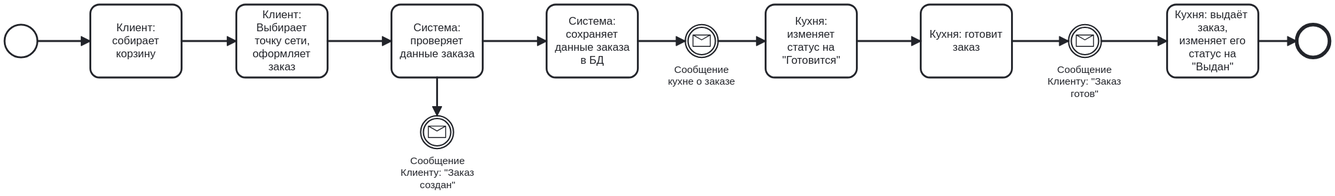
Above: SysEng4-BPMN.svg in AlexOne007/SysEng (BPMN), before the change. Its source is kept beside it as SysEng4-BPMN.bpmn. Ids are renumbered.
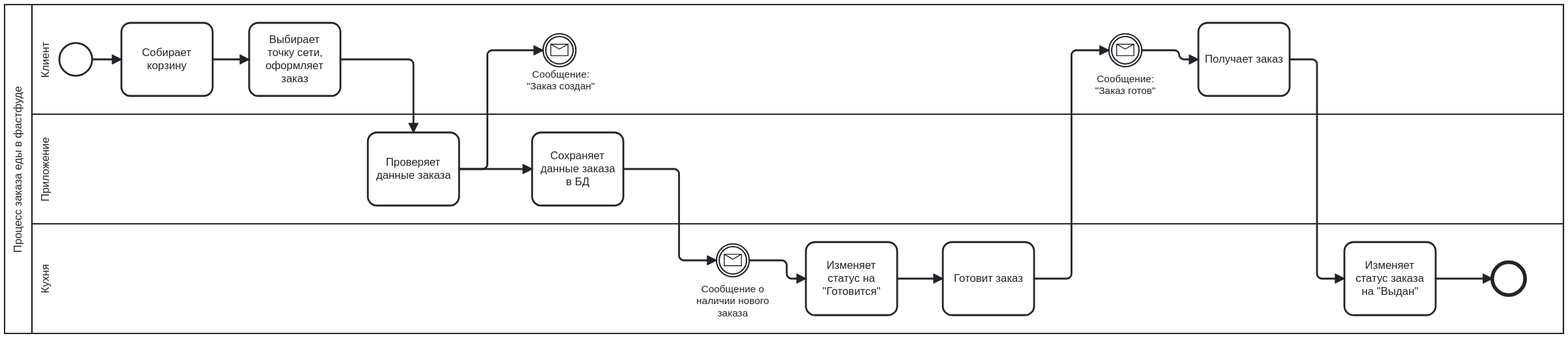
Later version of the same file.

Diff of the diagram source:
```diff
@@ -1,163 +1,229 @@
 <bpmn:definitions xmlns:xsi="http://www.w3.org/2001/XMLSchema-instance" xmlns:bpmn="http://www.omg.org/spec/BPMN/20100524/MODEL" xmlns:bpmndi="http://www.omg.org/spec/BPMN/20100524/DI" xmlns:dc="http://www.omg.org/spec/DD/20100524/DC" xmlns:di="http://www.omg.org/spec/DD/20100524/DI" id="Definitions_n1" targetNamespace="http://bpmn.io/schema/bpmn" exporter="bpmn-js (https://demo.bpmn.io)" exporterVersion="18.13.1">
+  <bpmn:collaboration id="Collaboration_n29">
+    <bpmn:participant id="Participant_n30" name="Процесс заказа еды в фастфуде" processRef="Process_n2" />
+  </bpmn:collaboration>
   <bpmn:process id="Process_n2" isExecutable="false">
+    <bpmn:laneSet id="LaneSet_n31">
+      <bpmn:lane id="Lane_n32" name="Кухня">
+        <bpmn:flowNodeRef>Activity_n21</bpmn:flowNodeRef>
+        <bpmn:flowNodeRef>Event_n18</bpmn:flowNodeRef>
+        <bpmn:flowNodeRef>Activity_n23</bpmn:flowNodeRef>
+        <bpmn:flowNodeRef>Activity_n33</bpmn:flowNodeRef>
+        <bpmn:flowNodeRef>Event_n16</bpmn:flowNodeRef>
+      </bpmn:lane>
+      <bpmn:lane id="Lane_n34" name="Приложение">
+        <bpmn:flowNodeRef>Activity_n12</bpmn:flowNodeRef>
+        <bpmn:flowNodeRef>Activity_n14</bpmn:flowNodeRef>
+      </bpmn:lane>
+      <bpmn:lane id="Lane_n35" name="Клиент">
+        <bpmn:flowNodeRef>StartEvent_n3</bpmn:flowNodeRef>
+        <bpmn:flowNodeRef>Activity_n5</bpmn:flowNodeRef>
+        <bpmn:flowNodeRef>Activity_n7</bpmn:flowNodeRef>
+        <bpmn:flowNodeRef>Activity_n25</bpmn:flowNodeRef>
+        <bpmn:flowNodeRef>Event_n9</bpmn:flowNodeRef>
+        <bpmn:flowNodeRef>Event_n27</bpmn:flowNodeRef>
+      </bpmn:lane>
+    </bpmn:laneSet>
     <bpmn:startEvent id="StartEvent_n3">
       <bpmn:outgoing>Flow_n4</bpmn:outgoing>
     </bpmn:startEvent>
-    <bpmn:task id="Activity_n5" name="Клиент: собирает корзину">
+    <bpmn:task id="Activity_n5" name="Собирает корзину">
       <bpmn:incoming>Flow_n4</bpmn:incoming>
       <bpmn:outgoing>Flow_n6</bpmn:outgoing>
     </bpmn:task>
-    <bpmn:sequenceFlow id="Flow_n4" sourceRef="StartEvent_n3" targetRef="Activity_n5" />
-    <bpmn:task id="Activity_n7" name="Клиент: Выбирает точку сети, оформляет заказ">
+    <bpmn:task id="Activity_n7" name="Выбирает точку сети, оформляет заказ">
       <bpmn:incoming>Flow_n6</bpmn:incoming>
       <bpmn:outgoing>Flow_n8</bpmn:outgoing>
     </bpmn:task>
-    <bpmn:sequenceFlow id="Flow_n6" sourceRef="Activity_n5" targetRef="Activity_n7" />
-    <bpmn:intermediateCatchEvent id="Event_n9" name="Сообщение Клиенту: &#34;Заказ создан&#34;">
-      <bpmn:incoming>Flow_n10</bpmn:incoming>
-      <bpmn:messageEventDefinition id="MessageEventDefinition_n11" />
-    </bpmn:intermediateCatchEvent>
-    <bpmn:task id="Activity_n12" name="Система: проверяет данные заказа">
+    <bpmn:task id="Activity_n12" name="Проверяет данные заказа">
       <bpmn:incoming>Flow_n8</bpmn:incoming>
+      <bpmn:outgoing>Flow_n13</bpmn:outgoing>
       <bpmn:outgoing>Flow_n10</bpmn:outgoing>
-      <bpmn:outgoing>Flow_n13</bpmn:outgoing>
     </bpmn:task>
-    <bpmn:sequenceFlow id="Flow_n8" sourceRef="Activity_n7" targetRef="Activity_n12" />
-    <bpmn:sequenceFlow id="Flow_n10" sourceRef="Activity_n12" targetRef="Event_n9" />
-    <bpmn:task id="Activity_n14" name="Система: сохраняет данные заказа в БД">
+    <bpmn:task id="Activity_n14" name="Сохраняет данные заказа в БД">
       <bpmn:incoming>Flow_n13</bpmn:incoming>
       <bpmn:outgoing>Flow_n15</bpmn:outgoing>
     </bpmn:task>
-    <bpmn:sequenceFlow id="Flow_n13" sourceRef="Activity_n12" targetRef="Activity_n14" />
-    <bpmn:endEvent id="Event_n16">
-      <bpmn:incoming>Flow_n17</bpmn:incoming>
-    </bpmn:endEvent>
-    <bpmn:intermediateCatchEvent id="Event_n18" name="Сообщение кухне о заказе">
+    <bpmn:task id="Activity_n21" name="Изменяет статус на &#34;Готовится&#34;">
+      <bpmn:incoming>Flow_n19</bpmn:incoming>
+      <bpmn:outgoing>Flow_n22</bpmn:outgoing>
+    </bpmn:task>
+    <bpmn:intermediateCatchEvent id="Event_n18" name="Сообщение о наличии нового заказа">
       <bpmn:incoming>Flow_n15</bpmn:incoming>
       <bpmn:outgoing>Flow_n19</bpmn:outgoing>
       <bpmn:messageEventDefinition id="MessageEventDefinition_n20" />
     </bpmn:intermediateCatchEvent>
-    <bpmn:sequenceFlow id="Flow_n15" sourceRef="Activity_n14" targetRef="Event_n18" />
-    <bpmn:task id="Activity_n21" name="Кухня: изменяет статус на &#34;Готовится&#34;">
-      <bpmn:incoming>Flow_n19</bpmn:incoming>
-      <bpmn:outgoing>Flow_n22</bpmn:outgoing>
-    </bpmn:task>
-    <bpmn:task id="Activity_n23" name="Кухня: готовит заказ">
+    <bpmn:task id="Activity_n23" name="Готовит заказ">
       <bpmn:incoming>Flow_n22</bpmn:incoming>
       <bpmn:outgoing>Flow_n24</bpmn:outgoing>
     </bpmn:task>
-    <bpmn:task id="Activity_n25" name="Кухня: выдаёт  заказ, изменяет его статус на &#34;Выдан&#34;">
-      <bpmn:incoming>Flow_n26</bpmn:incoming>
-      <bpmn:outgoing>Flow_n17</bpmn:outgoing>
+    <bpmn:task id="Activity_n25" name="Получает заказ">
+      <bpmn:incoming>Flow_n36</bpmn:incoming>
+      <bpmn:outgoing>Flow_n37</bpmn:outgoing>
     </bpmn:task>
-    <bpmn:sequenceFlow id="Flow_n17" sourceRef="Activity_n25" targetRef="Event_n16" />
-    <bpmn:intermediateCatchEvent id="Event_n27" name="Сообщение Клиенту: &#34;Заказ готов&#34;">
-      <bpmn:incoming>Flow_n24</bpmn:incoming>
-      <bpmn:outgoing>Flow_n26</bpmn:outgoing>
-      <bpmn:messageEventDefinition id="MessageEventDefinition_n28" />
-    </bpmn:intermediateCatchEvent>
-    <bpmn:sequenceFlow id="Flow_n26" sourceRef="Event_n27" targetRef="Activity_n25" />
+    <bpmn:task id="Activity_n33" name="Изменяет статус заказа на &#34;Выдан&#34;">
+      <bpmn:incoming>Flow_n37</bpmn:incoming>
+      <bpmn:outgoing>Flow_n38</bpmn:outgoing>
+    </bpmn:task>
+    <bpmn:endEvent id="Event_n16">
+      <bpmn:incoming>Flow_n38</bpmn:incoming>
+    </bpmn:endEvent>
+    <bpmn:sequenceFlow id="Flow_n4" sourceRef="StartEvent_n3" targetRef="Activity_n5" />
+    <bpmn:sequenceFlow id="Flow_n6" sourceRef="Activity_n5" targetRef="Activity_n7" />
+    <bpmn:sequenceFlow id="Flow_n8" sourceRef="Activity_n7" targetRef="Activity_n12" />
+    <bpmn:sequenceFlow id="Flow_n13" sourceRef="Activity_n12" targetRef="Activity_n14" />
+    <bpmn:sequenceFlow id="Flow_n10" sourceRef="Activity_n12" targetRef="Event_n9" />
+    <bpmn:sequenceFlow id="Flow_n15" sourceRef="Activity_n14" targetRef="Event_n18" />
     <bpmn:sequenceFlow id="Flow_n19" sourceRef="Event_n18" targetRef="Activity_n21" />
     <bpmn:sequenceFlow id="Flow_n22" sourceRef="Activity_n21" targetRef="Activity_n23" />
     <bpmn:sequenceFlow id="Flow_n24" sourceRef="Activity_n23" targetRef="Event_n27" />
+    <bpmn:sequenceFlow id="Flow_n36" sourceRef="Event_n27" targetRef="Activity_n25" />
+    <bpmn:sequenceFlow id="Flow_n37" sourceRef="Activity_n25" targetRef="Activity_n33" />
+    <bpmn:sequenceFlow id="Flow_n38" sourceRef="Activity_n33" targetRef="Event_n16" />
+    <bpmn:intermediateCatchEvent id="Event_n9" name="Сообщение: &#34;Заказ создан&#34;">
+      <bpmn:incoming>Flow_n10</bpmn:incoming>
+      <bpmn:messageEventDefinition id="MessageEventDefinition_n11" />
+    </bpmn:intermediateCatchEvent>
+    <bpmn:intermediateCatchEvent id="Event_n27" name="Сообщение: &#34;Заказ готов&#34;">
+      <bpmn:incoming>Flow_n24</bpmn:incoming>
+      <bpmn:outgoing>Flow_n36</bpmn:outgoing>
+      <bpmn:messageEventDefinition id="MessageEventDefinition_n28" />
+    </bpmn:intermediateCatchEvent>
   </bpmn:process>
   <bpmndi:BPMNDiagram id="BPMNDiagram_1">
-    <bpmndi:BPMNPlane id="BPMNPlane_1" bpmnElement="Process_n2">
+    <bpmndi:BPMNPlane id="BPMNPlane_1" bpmnElement="Collaboration_n29">
+      <bpmndi:BPMNShape id="Participant_n30_di" bpmnElement="Participant_n30" isHorizontal="true">
+        <dc:Bounds x="152" y="80" width="1708" height="360" />
+        <bpmndi:BPMNLabel />
+      </bpmndi:BPMNShape>
+      <bpmndi:BPMNShape id="Lane_n32_di" bpmnElement="Lane_n32" isHorizontal="true">
+        <dc:Bounds x="182" y="320" width="1678" height="120" />
+        <bpmndi:BPMNLabel />
+      </bpmndi:BPMNShape>
+      <bpmndi:BPMNShape id="Lane_n34_di" bpmnElement="Lane_n34" isHorizontal="true">
+        <dc:Bounds x="182" y="200" width="1678" height="120" />
+        <bpmndi:BPMNLabel />
+      </bpmndi:BPMNShape>
+      <bpmndi:BPMNShape id="Lane_n35_di" bpmnElement="Lane_n35" isHorizontal="true">
+        <dc:Bounds x="182" y="80" width="1678" height="120" />
+        <bpmndi:BPMNLabel />
+      </bpmndi:BPMNShape>
       <bpmndi:BPMNShape id="_BPMNShape_StartEvent_2" bpmnElement="StartEvent_n3">
-        <dc:Bounds x="156" y="82" width="36" height="36" />
+        <dc:Bounds x="212" y="122" width="36" height="36" />
       </bpmndi:BPMNShape>
       <bpmndi:BPMNShape id="Activity_n5_di" bpmnElement="Activity_n5">
-        <dc:Bounds x="250" y="60" width="100" height="80" />
+        <dc:Bounds x="280" y="100" width="100" height="80" />
         <bpmndi:BPMNLabel />
       </bpmndi:BPMNShape>
       <bpmndi:BPMNShape id="Activity_n7_di" bpmnElement="Activity_n7">
-        <dc:Bounds x="410" y="60" width="100" height="80" />
+        <dc:Bounds x="420" y="100" width="100" height="80" />
         <bpmndi:BPMNLabel />
       </bpmndi:BPMNShape>
       <bpmndi:BPMNShape id="Activity_n12_di" bpmnElement="Activity_n12">
-        <dc:Bounds x="580" y="60" width="100" height="80" />
+        <dc:Bounds x="550" y="220" width="100" height="80" />
         <bpmndi:BPMNLabel />
       </bpmndi:BPMNShape>
-      <bpmndi:BPMNShape id="Event_0sd09e0_di" bpmnElement="Event_n9">
-        <dc:Bounds x="612" y="182" width="36" height="36" />
-        <bpmndi:BPMNLabel>
-          <dc:Bounds x="590" y="225" width="82" height="40" />
-        </bpmndi:BPMNLabel>
+      <bpmndi:BPMNShape id="Activity_n14_di" bpmnElement="Activity_n14">
+        <dc:Bounds x="730" y="220" width="100" height="80" />
+        <bpmndi:BPMNLabel />
       </bpmndi:BPMNShape>
-      <bpmndi:BPMNShape id="Activity_n14_di" bpmnElement="Activity_n14">
-        <dc:Bounds x="750" y="60" width="100" height="80" />
+      <bpmndi:BPMNShape id="Activity_n21_di" bpmnElement="Activity_n21">
+        <dc:Bounds x="1030" y="340" width="100" height="80" />
         <bpmndi:BPMNLabel />
       </bpmndi:BPMNShape>
       <bpmndi:BPMNShape id="Event_1l184lw_di" bpmnElement="Event_n18">
-        <dc:Bounds x="902" y="82" width="36" height="36" />
+        <dc:Bounds x="932" y="342" width="36" height="36" />
         <bpmndi:BPMNLabel>
-          <dc:Bounds x="883" y="125" width="74" height="27" />
+          <dc:Bounds x="910" y="385" width="81" height="40" />
         </bpmndi:BPMNLabel>
       </bpmndi:BPMNShape>
-      <bpmndi:BPMNShape id="Activity_n21_di" bpmnElement="Activity_n21">
-        <dc:Bounds x="990" y="60" width="100" height="80" />
+      <bpmndi:BPMNShape id="Activity_n23_di" bpmnElement="Activity_n23">
+        <dc:Bounds x="1180" y="340" width="100" height="80" />
         <bpmndi:BPMNLabel />
       </bpmndi:BPMNShape>
-      <bpmndi:BPMNShape id="Activity_n23_di" bpmnElement="Activity_n23">
-        <dc:Bounds x="1160" y="60" width="100" height="80" />
+      <bpmndi:BPMNShape id="Activity_n25_di" bpmnElement="Activity_n25">
+        <dc:Bounds x="1460" y="100" width="100" height="80" />
         <bpmndi:BPMNLabel />
       </bpmndi:BPMNShape>
-      <bpmndi:BPMNShape id="Event_1u5rl8q_di" bpmnElement="Event_n27">
-        <dc:Bounds x="1322" y="82" width="36" height="36" />
-        <bpmndi:BPMNLabel>
-          <dc:Bounds x="1299" y="125" width="82" height="40" />
-        </bpmndi:BPMNLabel>
-      </bpmndi:BPMNShape>
-      <bpmndi:BPMNShape id="Activity_n25_di" bpmnElement="Activity_n25">
-        <dc:Bounds x="1430" y="60" width="100" height="80" />
+      <bpmndi:BPMNShape id="Activity_n33_di" bpmnElement="Activity_n33">
+        <dc:Bounds x="1620" y="340" width="100" height="80" />
         <bpmndi:BPMNLabel />
       </bpmndi:BPMNShape>
       <bpmndi:BPMNShape id="Event_n16_di" bpmnElement="Event_n16">
-        <dc:Bounds x="1572" y="82" width="36" height="36" />
+        <dc:Bounds x="1782" y="362" width="36" height="36" />
+      </bpmndi:BPMNShape>
+      <bpmndi:BPMNShape id="Event_0sd09e0_di" bpmnElement="Event_n9">
+        <dc:Bounds x="742" y="112" width="36" height="36" />
+        <bpmndi:BPMNLabel>
+          <dc:Bounds x="724" y="150" width="75" height="27" />
+        </bpmndi:BPMNLabel>
+      </bpmndi:BPMNShape>
+      <bpmndi:BPMNShape id="Event_1u5rl8q_di" bpmnElement="Event_n27">
+        <dc:Bounds x="1362" y="112" width="36" height="36" />
+        <bpmndi:BPMNLabel>
+          <dc:Bounds x="1347" y="155" width="67" height="27" />
+        </bpmndi:BPMNLabel>
       </bpmndi:BPMNShape>
       <bpmndi:BPMNEdge id="Flow_n4_di" bpmnElement="Flow_n4">
-        <di:waypoint x="192" y="100" />
-        <di:waypoint x="250" y="100" />
+        <di:waypoint x="248" y="140" />
+        <di:waypoint x="280" y="140" />
       </bpmndi:BPMNEdge>
       <bpmndi:BPMNEdge id="Flow_n6_di" bpmnElement="Flow_n6">
-        <di:waypoint x="350" y="100" />
-        <di:waypoint x="410" y="100" />
+        <di:waypoint x="380" y="140" />
+        <di:waypoint x="420" y="140" />
       </bpmndi:BPMNEdge>
       <bpmndi:BPMNEdge id="Flow_n8_di" bpmnElement="Flow_n8">
-        <di:waypoint x="510" y="100" />
-        <di:waypoint x="580" y="100" />
+        <di:waypoint x="520" y="140" />
+        <di:waypoint x="600" y="140" />
+        <di:waypoint x="600" y="220" />
+      </bpmndi:BPMNEdge>
+      <bpmndi:BPMNEdge id="Flow_n13_di" bpmnElement="Flow_n13">
+        <di:waypoint x="650" y="260" />
+        <di:waypoint x="730" y="260" />
       </bpmndi:BPMNEdge>
       <bpmndi:BPMNEdge id="Flow_n10_di" bpmnElement="Flow_n10">
-        <di:waypoint x="630" y="140" />
-        <di:waypoint x="630" y="182" />
-      </bpmndi:BPMNEdge>
-      <bpmndi:BPMNEdge id="Flow_n13_di" bpmnElement="Flow_n13">
-        <di:waypoint x="680" y="100" />
-        <di:waypoint x="750" y="100" />
+        <di:waypoint x="650" y="260" />
+        <di:waypoint x="681" y="260" />
+        <di:waypoint x="681" y="130" />
+        <di:waypoint x="742" y="130" />
       </bpmndi:BPMNEdge>
       <bpmndi:BPMNEdge id="Flow_n15_di" bpmnElement="Flow_n15">
-        <di:waypoint x="850" y="100" />
-        <di:waypoint x="902" y="100" />
-      </bpmndi:BPMNEdge>
-      <bpmndi:BPMNEdge id="Flow_n17_di" bpmnElement="Flow_n17">
-        <di:waypoint x="1530" y="100" />
-        <di:waypoint x="1572" y="100" />
-      </bpmndi:BPMNEdge>
-      <bpmndi:BPMNEdge id="Flow_n26_di" bpmnElement="Flow_n26">
-        <di:waypoint x="1358" y="100" />
-        <di:waypoint x="1430" y="100" />
+        <di:waypoint x="830" y="260" />
+        <di:waypoint x="891" y="260" />
+        <di:waypoint x="891" y="360" />
+        <di:waypoint x="932" y="360" />
       </bpmndi:BPMNEdge>
       <bpmndi:BPMNEdge id="Flow_n19_di" bpmnElement="Flow_n19">
-        <di:waypoint x="938" y="100" />
-        <di:waypoint x="990" y="100" />
+        <di:waypoint x="968" y="360" />
+        <di:waypoint x="1009" y="360" />
+        <di:waypoint x="1009" y="380" />
+        <di:waypoint x="1030" y="380" />
       </bpmndi:BPMNEdge>
       <bpmndi:BPMNEdge id="Flow_n22_di" bpmnElement="Flow_n22">
-        <di:waypoint x="1090" y="100" />
-        <di:waypoint x="1160" y="100" />
+        <di:waypoint x="1130" y="380" />
+        <di:waypoint x="1180" y="380" />
       </bpmndi:BPMNEdge>
       <bpmndi:BPMNEdge id="Flow_n24_di" bpmnElement="Flow_n24">
-        <di:waypoint x="1260" y="100" />
-        <di:waypoint x="1322" y="100" />
+        <di:waypoint x="1280" y="380" />
+        <di:waypoint x="1321" y="380" />
+        <di:waypoint x="1321" y="130" />
+        <di:waypoint x="1362" y="130" />
+      </bpmndi:BPMNEdge>
+      <bpmndi:BPMNEdge id="Flow_n36_di" bpmnElement="Flow_n36">
+        <di:waypoint x="1398" y="130" />
+        <di:waypoint x="1439" y="130" />
+        <di:waypoint x="1439" y="140" />
+        <di:waypoint x="1460" y="140" />
+      </bpmndi:BPMNEdge>
+      <bpmndi:BPMNEdge id="Flow_n37_di" bpmnElement="Flow_n37">
+        <di:waypoint x="1560" y="140" />
+        <di:waypoint x="1590" y="140" />
+        <di:waypoint x="1590" y="380" />
+        <di:waypoint x="1620" y="380" />
+      </bpmndi:BPMNEdge>
+      <bpmndi:BPMNEdge id="Flow_n38_di" bpmnElement="Flow_n38">
+        <di:waypoint x="1720" y="380" />
+        <di:waypoint x="1782" y="380" />
       </bpmndi:BPMNEdge>
     </bpmndi:BPMNPlane>
   </bpmndi:BPMNDiagram>
```
